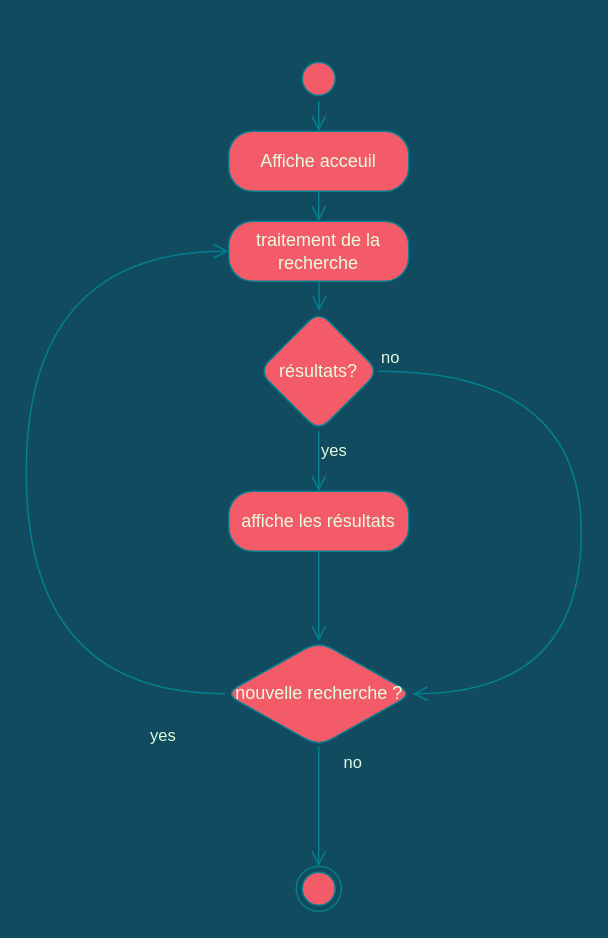
Earlier version of the draw.io diagram Diagramme/DiagrammeActivitéRecherche.drawio (alnarolekoala/ProjetStage). Source tidied: cells renumbered, new cells numbered last; positions are measured from the earlier drawing's top-left corner, leaving out a move shared by most shapes. Both pictures are drawn from the tidied source at 150%, with x=0, y=0 at pixel (26, 56).
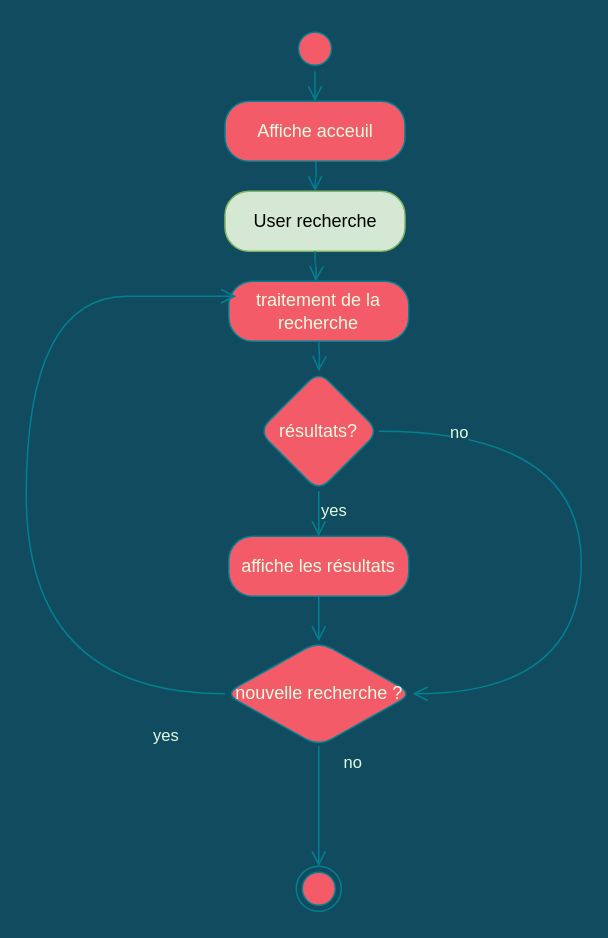
After the change.

The change refers to these unchanged cells:
```xml
<mxCell id="8" value="nouvelle recherche ?" style="rhombus;whiteSpace=wrap;html=1;fillColor=#F45B69;strokeColor=#028090;fontColor=#E4FDE1;rounded=1;" parent="1" vertex="1">
  <mxGeometry x="132.5" y="390" width="125" height="70" as="geometry" />
</mxCell>
```

Diff of the diagram source:
```diff
@@
     <mxCell id="2" style="ellipse;html=1;shape=startState;fillColor=#F45B69;strokeColor=#028090;fontColor=#E4FDE1;rounded=1;" parent="1" vertex="1">
-      <mxGeometry x="180" width="30" height="30" as="geometry" />
+      <mxGeometry x="177.5" y="-20" width="30" height="30" as="geometry" />
     </mxCell>
@@
     <mxCell id="4" value="Affiche acceuil" style="whiteSpace=wrap;html=1;arcSize=40;fontColor=#E4FDE1;fillColor=#F45B69;strokeColor=#028090;rounded=1;" parent="1" vertex="1">
-      <mxGeometry x="135" y="50" width="120" height="40" as="geometry" />
+      <mxGeometry x="132.5" y="30" width="120" height="40" as="geometry" />
     </mxCell>
     <mxCell id="5" value="traitement de la recherche" style="whiteSpace=wrap;html=1;arcSize=40;fontColor=#E4FDE1;fillColor=#F45B69;strokeColor=#028090;rounded=1;" parent="1" vertex="1">
-      <mxGeometry x="135" y="110" width="120" height="40" as="geometry" />
+      <mxGeometry x="135" y="150" width="120" height="40" as="geometry" />
     </mxCell>
     <mxCell id="6" value="affiche les résultats" style="whiteSpace=wrap;html=1;arcSize=40;fontColor=#E4FDE1;fillColor=#F45B69;strokeColor=#028090;rounded=1;" parent="1" vertex="1">
-      <mxGeometry x="135" y="290" width="120" height="40" as="geometry" />
+      <mxGeometry x="135" y="320" width="120" height="40" as="geometry" />
     </mxCell>
-    <mxCell id="7" style="edgeStyle=orthogonalEdgeStyle;html=1;verticalAlign=bottom;endArrow=open;endSize=8;strokeColor=#028090;labelBackgroundColor=#114B5F;fontColor=#E4FDE1;curved=1;" parent="1" edge="1" source="6">
-      <mxGeometry relative="1" as="geometry">
-        <mxPoint x="195" y="390" as="targetPoint" />
-      </mxGeometry>
+    <mxCell id="7" style="edgeStyle=orthogonalEdgeStyle;html=1;verticalAlign=bottom;endArrow=open;endSize=8;strokeColor=#028090;labelBackgroundColor=#114B5F;fontColor=#E4FDE1;curved=1;entryX=0.5;entryY=0;entryDx=0;entryDy=0;" parent="1" edge="1" source="6" target="8">
+      <mxGeometry relative="1" as="geometry" />
     </mxCell>
@@
-    <mxCell id="10" value="yes" style="edgeStyle=orthogonalEdgeStyle;html=1;align=left;verticalAlign=top;endArrow=open;endSize=8;strokeColor=#028090;entryX=0;entryY=0.5;entryDx=0;entryDy=0;exitX=0;exitY=0.5;exitDx=0;exitDy=0;labelBackgroundColor=#114B5F;fontColor=#E4FDE1;curved=1;" parent="1" edge="1" source="8" target="5">
+    <mxCell id="10" value="yes" style="edgeStyle=orthogonalEdgeStyle;html=1;align=left;verticalAlign=top;endArrow=open;endSize=8;strokeColor=#028090;exitX=0;exitY=0.5;exitDx=0;exitDy=0;labelBackgroundColor=#114B5F;fontColor=#E4FDE1;curved=1;" parent="1" edge="1" source="8">
       <mxGeometry x="-0.81" y="15" relative="1" as="geometry">
+        <mxPoint x="140" y="160" as="targetPoint" />
         <Array as="points">
           <mxPoint y="425" />
-          <mxPoint y="130" />
+          <mxPoint y="160" />
+          <mxPoint x="135" y="160" />
         </Array>
         <mxPoint x="1" as="offset" />
       </mxGeometry>
     </mxCell>
@@
-    <mxCell id="12" style="edgeStyle=orthogonalEdgeStyle;html=1;verticalAlign=bottom;endArrow=open;endSize=8;strokeColor=#028090;exitX=0.5;exitY=1;exitDx=0;exitDy=0;entryX=0.5;entryY=0;entryDx=0;entryDy=0;labelBackgroundColor=#114B5F;fontColor=#E4FDE1;curved=1;" parent="1" edge="1" source="4" target="5">
-      <mxGeometry relative="1" as="geometry" />
+    <mxCell id="12" style="edgeStyle=orthogonalEdgeStyle;html=1;verticalAlign=bottom;endArrow=open;endSize=8;strokeColor=#028090;labelBackgroundColor=#114B5F;fontColor=#E4FDE1;curved=1;entryX=0.5;entryY=0;entryDx=0;entryDy=0;" parent="1" edge="1" target="17">
+      <mxGeometry relative="1" as="geometry">
+        <mxPoint x="193" y="70" as="sourcePoint" />
+      </mxGeometry>
     </mxCell>
     <mxCell id="13" value="résultats?" style="rhombus;whiteSpace=wrap;html=1;fillColor=#F45B69;strokeColor=#028090;fontColor=#E4FDE1;rounded=1;" parent="1" vertex="1">
-      <mxGeometry x="155" y="170" width="80" height="80" as="geometry" />
+      <mxGeometry x="155" y="210" width="80" height="80" as="geometry" />
     </mxCell>
-    <mxCell id="14" value="no" style="edgeStyle=orthogonalEdgeStyle;html=1;align=left;verticalAlign=bottom;endArrow=open;endSize=8;strokeColor=#028090;entryX=1;entryY=0.5;entryDx=0;entryDy=0;labelBackgroundColor=#114B5F;fontColor=#E4FDE1;curved=1;" parent="1" edge="1" source="13" target="8">
-      <mxGeometry x="-1" relative="1" as="geometry">
+    <mxCell id="14" value="no" style="edgeStyle=orthogonalEdgeStyle;html=1;align=left;verticalAlign=bottom;endArrow=open;endSize=8;strokeColor=#028090;entryX=1;entryY=0.5;entryDx=0;entryDy=0;labelBackgroundColor=#114B5F;fontColor=#E4FDE1;curved=1;exitX=1;exitY=0.5;exitDx=0;exitDy=0;" parent="1" edge="1" source="13" target="8">
+      <mxGeometry x="-0.78" y="-10" relative="1" as="geometry">
         <Array as="points">
-          <mxPoint x="370" y="210" />
+          <mxPoint x="370" y="250" />
           <mxPoint x="370" y="425" />
         </Array>
       </mxGeometry>
     </mxCell>
-    <mxCell id="15" value="yes" style="edgeStyle=orthogonalEdgeStyle;html=1;align=left;verticalAlign=top;endArrow=open;endSize=8;strokeColor=#028090;labelBackgroundColor=#114B5F;fontColor=#E4FDE1;curved=1;" parent="1" edge="1" source="13">
-      <mxGeometry x="-1" relative="1" as="geometry">
-        <mxPoint x="195" y="290" as="targetPoint" />
-      </mxGeometry>
+    <mxCell id="15" value="yes" style="edgeStyle=orthogonalEdgeStyle;html=1;align=left;verticalAlign=top;endArrow=open;endSize=8;strokeColor=#028090;labelBackgroundColor=#114B5F;fontColor=#E4FDE1;curved=1;" parent="1" edge="1" source="13" target="6">
+      <mxGeometry x="-1" relative="1" as="geometry" />
     </mxCell>
-    <mxCell id="16" style="edgeStyle=orthogonalEdgeStyle;html=1;verticalAlign=bottom;endArrow=open;endSize=8;strokeColor=#028090;entryX=0.5;entryY=0;entryDx=0;entryDy=0;labelBackgroundColor=#114B5F;fontColor=#E4FDE1;curved=1;" parent="1" edge="1" target="13">
+    <mxCell id="16" style="edgeStyle=orthogonalEdgeStyle;html=1;verticalAlign=bottom;endArrow=open;endSize=8;strokeColor=#028090;labelBackgroundColor=#114B5F;fontColor=#E4FDE1;curved=1;" parent="1" edge="1">
       <mxGeometry relative="1" as="geometry">
-        <mxPoint x="195" y="150" as="sourcePoint" />
+        <mxPoint x="195" y="190" as="sourcePoint" />
+        <mxPoint x="195" y="210" as="targetPoint" />
       </mxGeometry>
     </mxCell>
+    <mxCell id="17" value="User recherche" style="rounded=1;whiteSpace=wrap;html=1;arcSize=40;fillColor=#d5e8d4;strokeColor=#82b366;" parent="1" vertex="1">
+      <mxGeometry x="132.5" y="90" width="120" height="40" as="geometry" />
+    </mxCell>
+    <mxCell id="18" style="edgeStyle=orthogonalEdgeStyle;html=1;verticalAlign=bottom;endArrow=open;endSize=8;strokeColor=#028090;labelBackgroundColor=#114B5F;fontColor=#E4FDE1;curved=1;exitX=0.5;exitY=1;exitDx=0;exitDy=0;" parent="1" edge="1" source="17">
+      <mxGeometry relative="1" as="geometry">
+        <mxPoint x="193" y="150" as="targetPoint" />
+      </mxGeometry>
+    </mxCell>
```
